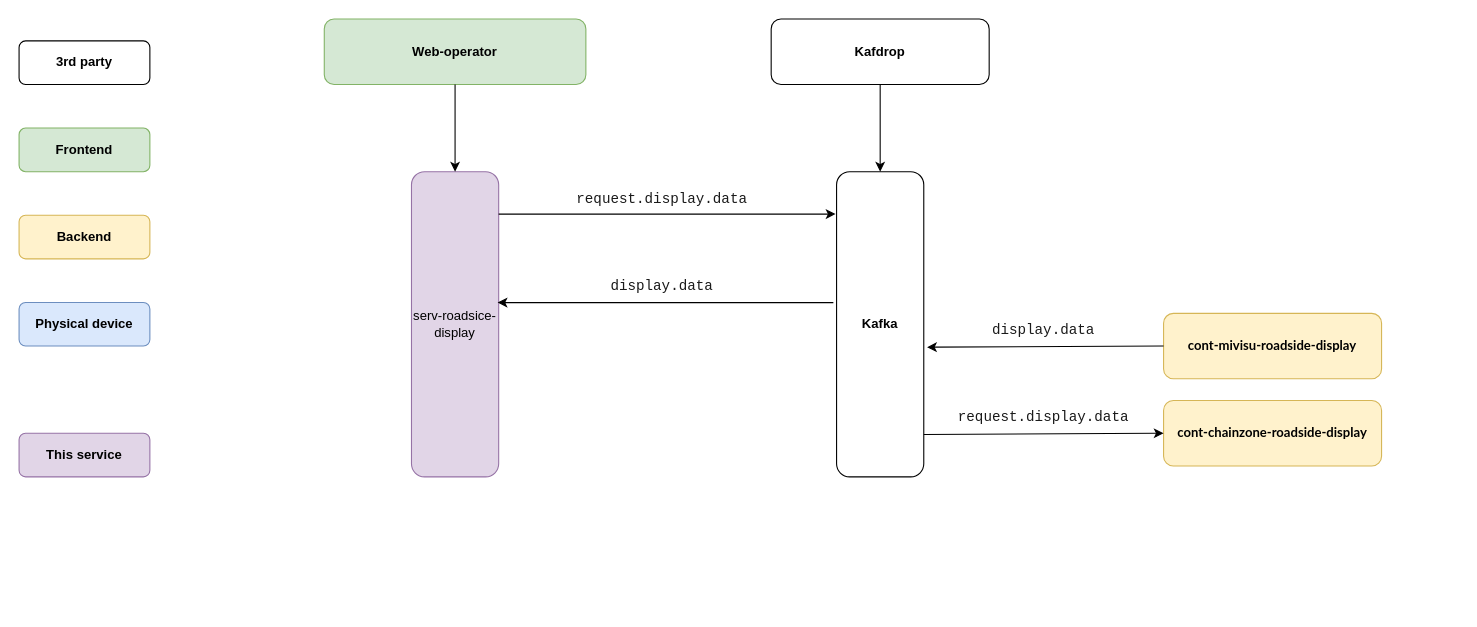
Earlier version of the draw.io diagram Untitled Diagram.drawio (theshysadec98/diagram_weather). Source tidied: cells renumbered, new cells numbered last; positions are measured from the earlier drawing's top-left corner, leaving out a move shared by most shapes. Both pictures are drawn from the tidied source at 109%, with x=0, y=0 at pixel (19, 19).
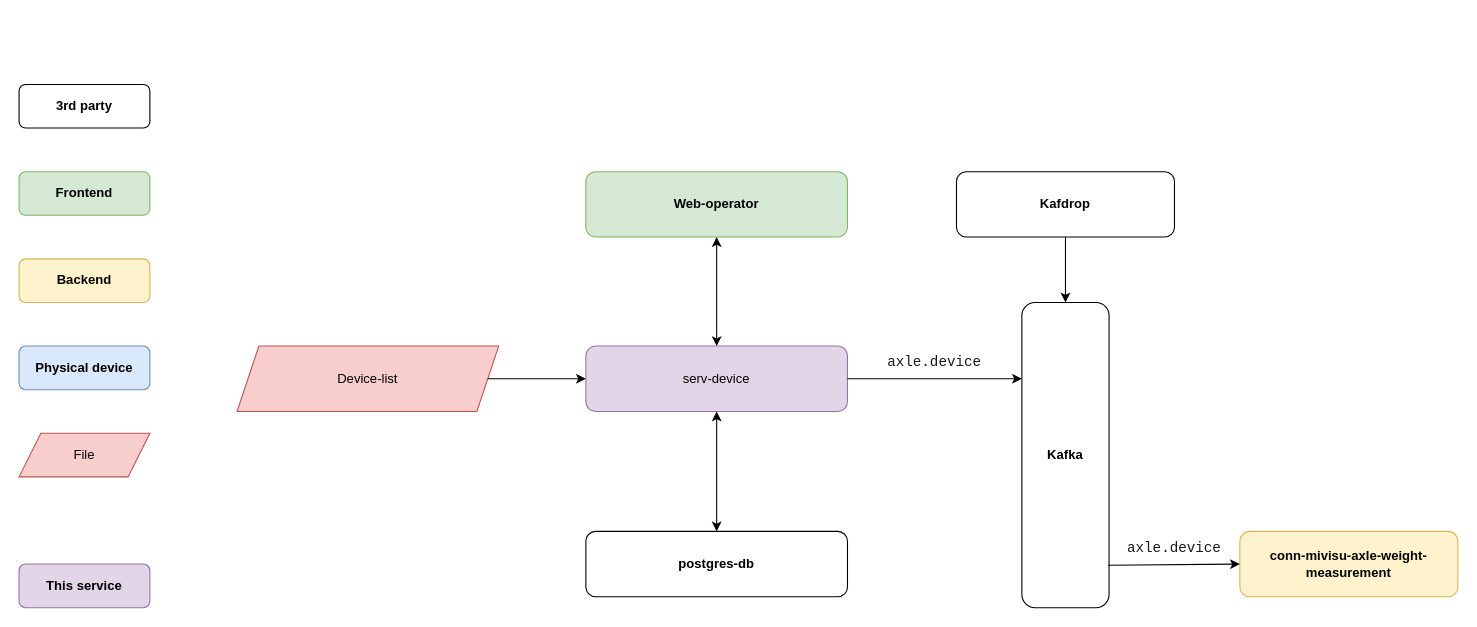
After the change.

Diff of the diagram source:
```diff
@@
     <mxCell id="2" value="&lt;b&gt;Frontend&lt;/b&gt;" style="rounded=1;whiteSpace=wrap;html=1;fillColor=#d5e8d4;strokeColor=#82b366;" parent="1" vertex="1">
-      <mxGeometry y="100" width="120" height="40" as="geometry" />
+      <mxGeometry y="140" width="120" height="40" as="geometry" />
     </mxCell>
     <mxCell id="3" value="&lt;b&gt;Backend&lt;/b&gt;" style="rounded=1;whiteSpace=wrap;html=1;fillColor=#fff2cc;strokeColor=#d6b656;" parent="1" vertex="1">
-      <mxGeometry y="180" width="120" height="40" as="geometry" />
+      <mxGeometry y="220" width="120" height="40" as="geometry" />
     </mxCell>
     <mxCell id="4" value="&lt;b&gt;Physical device&lt;/b&gt;" style="rounded=1;whiteSpace=wrap;html=1;fillColor=#dae8fc;strokeColor=#6c8ebf;" parent="1" vertex="1">
-      <mxGeometry y="260" width="120" height="40" as="geometry" />
+      <mxGeometry y="300" width="120" height="40" as="geometry" />
     </mxCell>
     <mxCell id="5" value="&lt;b&gt;This service&lt;/b&gt;" style="rounded=1;whiteSpace=wrap;html=1;fillColor=#e1d5e7;strokeColor=#9673a6;" parent="1" vertex="1">
-      <mxGeometry y="380" width="120" height="40" as="geometry" />
+      <mxGeometry y="500" width="120" height="40" as="geometry" />
     </mxCell>
     <mxCell id="6" value="&lt;b&gt;Kafdrop&lt;/b&gt;" style="rounded=1;whiteSpace=wrap;html=1;" parent="1" vertex="1">
-      <mxGeometry x="690" width="200" height="60" as="geometry" />
+      <mxGeometry x="860" y="140" width="200" height="60" as="geometry" />
     </mxCell>
     <mxCell id="7" value="&lt;b&gt;Kafka&lt;/b&gt;" style="rounded=1;whiteSpace=wrap;html=1;" parent="1" vertex="1">
-      <mxGeometry x="750" y="140" width="80" height="280" as="geometry" />
+      <mxGeometry x="920" y="260" width="80" height="280" as="geometry" />
     </mxCell>
@@
-    <mxCell id="9" value="&lt;span style=&quot;font-family: &amp;#34;lato&amp;#34; , &amp;#34;arial&amp;#34;&quot;&gt;&lt;b&gt;&lt;font style=&quot;font-size: 12px&quot;&gt;cont-chainzone-roadside-display&lt;/font&gt;&lt;/b&gt;&lt;/span&gt;" style="rounded=1;whiteSpace=wrap;html=1;fillColor=#fff2cc;strokeColor=#d6b656;" parent="1" vertex="1">
-      <mxGeometry x="1050" y="350" width="200" height="60" as="geometry" />
-    </mxCell>
-    <mxCell id="10" value="&lt;pre&gt;&lt;font face=&quot;jetbrains mono, monospace&quot; color=&quot;#1a1a1a&quot;&gt;&lt;span style=&quot;font-size: 13.0667px ; background-color: rgb(255 , 255 , 255)&quot;&gt;display.data&lt;/span&gt;&lt;/font&gt;&lt;/pre&gt;" style="text;html=1;strokeColor=none;fillColor=none;align=center;verticalAlign=middle;whiteSpace=wrap;rounded=0;" parent="1" vertex="1">
-      <mxGeometry x="500" y="230" width="180" height="30" as="geometry" />
-    </mxCell>
+    <mxCell id="23" value="&lt;b&gt;conn-mivisu-axle-weight-measurement&lt;/b&gt;" style="rounded=1;whiteSpace=wrap;html=1;fillColor=#fff2cc;strokeColor=#d6b656;" parent="1" vertex="1">
+      <mxGeometry x="1120" y="470" width="200" height="60" as="geometry" />
+    </mxCell>
+    <mxCell id="24" value="&lt;pre&gt;&lt;font face=&quot;jetbrains mono, monospace&quot; color=&quot;#1a1a1a&quot;&gt;&lt;span style=&quot;font-size: 13.0667px ; background-color: rgb(255 , 255 , 255)&quot;&gt;axle.device&lt;/span&gt;&lt;/font&gt;&lt;font color=&quot;#bbbbbb&quot; face=&quot;jetbrains mono, monospace&quot; style=&quot;background-color: rgb(40 , 44 , 52)&quot;&gt;&lt;span style=&quot;font-size: 9.8pt&quot;&gt;&lt;br&gt;&lt;/span&gt;&lt;/font&gt;&lt;/pre&gt;" style="text;html=1;strokeColor=none;fillColor=none;align=center;verticalAlign=middle;whiteSpace=wrap;rounded=0;" parent="1" vertex="1">
+      <mxGeometry x="970" y="470" width="180" height="30" as="geometry" />
+    </mxCell>
     <mxCell id="11" value="&lt;b&gt;3rd party&lt;/b&gt;" style="rounded=1;whiteSpace=wrap;html=1;" parent="1" vertex="1">
-      <mxGeometry y="20" width="120" height="40" as="geometry" />
+      <mxGeometry y="60" width="120" height="40" as="geometry" />
     </mxCell>
-    <mxCell id="12" value="serv-roadsice-display" style="rounded=1;whiteSpace=wrap;html=1;fillColor=#e1d5e7;strokeColor=#9673a6;" parent="1" vertex="1">
-      <mxGeometry x="360" y="140" width="80" height="280" as="geometry" />
-    </mxCell>
-    <mxCell id="13" value="&lt;pre&gt;&lt;font face=&quot;jetbrains mono, monospace&quot; color=&quot;#1a1a1a&quot;&gt;&lt;span style=&quot;font-size: 13.0667px ; background-color: rgb(255 , 255 , 255)&quot;&gt;request.display.data&lt;/span&gt;&lt;/font&gt;&lt;font color=&quot;#bbbbbb&quot; face=&quot;jetbrains mono, monospace&quot; style=&quot;background-color: rgb(40 , 44 , 52)&quot;&gt;&lt;span style=&quot;font-size: 9.8pt&quot;&gt;&lt;br&gt;&lt;/span&gt;&lt;/font&gt;&lt;/pre&gt;" style="text;html=1;strokeColor=none;fillColor=none;align=center;verticalAlign=middle;whiteSpace=wrap;rounded=0;" parent="1" vertex="1">
-      <mxGeometry x="500" y="150" width="180" height="30" as="geometry" />
-    </mxCell>
+    <mxCell id="25" style="endArrow=classic;html=1;rounded=0;entryX=0;entryY=0.5;entryDx=0;entryDy=0;exitX=0.988;exitY=0.861;exitDx=0;exitDy=0;exitPerimeter=0;" parent="1" edge="1" source="7" target="23">
+      <mxGeometry relative="1" as="geometry" />
+    </mxCell>
+    <mxCell id="26" value="File" style="shape=parallelogram;perimeter=parallelogramPerimeter;whiteSpace=wrap;html=1;fixedSize=1;fillColor=#f8cecc;strokeColor=#b85450;" parent="1" vertex="1">
+      <mxGeometry y="380" width="120" height="40" as="geometry" />
+    </mxCell>
+    <mxCell id="27" value="serv-device" style="rounded=1;whiteSpace=wrap;html=1;fillColor=#e1d5e7;strokeColor=#9673a6;" parent="1" vertex="1">
+      <mxGeometry x="520" y="300" width="240" height="60" as="geometry" />
+    </mxCell>
+    <mxCell id="28" value="&lt;b&gt;postgres-db&lt;/b&gt;" style="rounded=1;whiteSpace=wrap;html=1;" parent="1" vertex="1">
+      <mxGeometry x="520" y="470" width="240" height="60" as="geometry" />
+    </mxCell>
+    <mxCell id="29" value="&lt;pre&gt;&lt;font face=&quot;jetbrains mono, monospace&quot; color=&quot;#1a1a1a&quot;&gt;&lt;span style=&quot;font-size: 13.0667px ; background-color: rgb(255 , 255 , 255)&quot;&gt;axle.device&lt;/span&gt;&lt;/font&gt;&lt;font color=&quot;#bbbbbb&quot; face=&quot;jetbrains mono, monospace&quot; style=&quot;background-color: rgb(40 , 44 , 52)&quot;&gt;&lt;span style=&quot;font-size: 9.8pt&quot;&gt;&lt;br&gt;&lt;/span&gt;&lt;/font&gt;&lt;/pre&gt;" style="text;html=1;strokeColor=none;fillColor=none;align=center;verticalAlign=middle;whiteSpace=wrap;rounded=0;" parent="1" vertex="1">
+      <mxGeometry x="750" y="300" width="180" height="30" as="geometry" />
+    </mxCell>
     <mxCell id="14" value="&lt;b&gt;Web-operator&lt;/b&gt;" style="rounded=1;whiteSpace=wrap;html=1;fillColor=#d5e8d4;strokeColor=#82b366;" parent="1" vertex="1">
-      <mxGeometry x="280" width="240" height="60" as="geometry" />
+      <mxGeometry x="520" y="140" width="240" height="60" as="geometry" />
     </mxCell>
-    <mxCell id="15" style="endArrow=classic;html=1;rounded=0;fontSize=12;exitX=1;exitY=0.139;exitDx=0;exitDy=0;exitPerimeter=0;entryX=-0.012;entryY=0.139;entryDx=0;entryDy=0;entryPerimeter=0;" parent="1" edge="1" source="12" target="7">
-      <mxGeometry relative="1" as="geometry" />
-    </mxCell>
-    <mxCell id="16" style="endArrow=classic;html=1;rounded=0;fontSize=12;exitX=1;exitY=0.861;exitDx=0;exitDy=0;exitPerimeter=0;entryX=0;entryY=0.5;entryDx=0;entryDy=0;" parent="1" edge="1" source="7" target="9">
-      <mxGeometry relative="1" as="geometry" />
-    </mxCell>
-    <mxCell id="17" value="&lt;pre&gt;&lt;font face=&quot;jetbrains mono, monospace&quot; color=&quot;#1a1a1a&quot;&gt;&lt;span style=&quot;font-size: 13.0667px ; background-color: rgb(255 , 255 , 255)&quot;&gt;request.display.data&lt;/span&gt;&lt;/font&gt;&lt;font color=&quot;#bbbbbb&quot; face=&quot;jetbrains mono, monospace&quot; style=&quot;background-color: rgb(40 , 44 , 52)&quot;&gt;&lt;span style=&quot;font-size: 9.8pt&quot;&gt;&lt;br&gt;&lt;/span&gt;&lt;/font&gt;&lt;/pre&gt;" style="text;html=1;strokeColor=none;fillColor=none;align=center;verticalAlign=middle;whiteSpace=wrap;rounded=0;" parent="1" vertex="1">
-      <mxGeometry x="850" y="350" width="180" height="30" as="geometry" />
-    </mxCell>
-    <mxCell id="18" value="&lt;span style=&quot;font-family: &amp;#34;lato&amp;#34; , &amp;#34;arial&amp;#34;&quot;&gt;&lt;b&gt;&lt;font style=&quot;font-size: 12px&quot;&gt;cont-mivisu-roadside-display&lt;/font&gt;&lt;/b&gt;&lt;/span&gt;" style="rounded=1;whiteSpace=wrap;html=1;fillColor=#fff2cc;strokeColor=#d6b656;" parent="1" vertex="1">
-      <mxGeometry x="1050" y="270" width="200" height="60" as="geometry" />
-    </mxCell>
-    <mxCell id="19" style="endArrow=classic;html=1;rounded=0;fontSize=12;entryX=1.038;entryY=0.575;entryDx=0;entryDy=0;entryPerimeter=0;exitX=0;exitY=0.5;exitDx=0;exitDy=0;" parent="1" edge="1" source="18" target="7">
-      <mxGeometry relative="1" as="geometry" />
-    </mxCell>
-    <mxCell id="20" style="endArrow=classic;html=1;rounded=0;fontSize=12;entryX=0.988;entryY=0.429;entryDx=0;entryDy=0;entryPerimeter=0;exitX=-0.037;exitY=0.429;exitDx=0;exitDy=0;exitPerimeter=0;" parent="1" edge="1" source="7" target="12">
-      <mxGeometry relative="1" as="geometry" />
-    </mxCell>
-    <mxCell id="21" value="&lt;pre&gt;&lt;font face=&quot;jetbrains mono, monospace&quot; color=&quot;#1a1a1a&quot;&gt;&lt;span style=&quot;font-size: 13.0667px ; background-color: rgb(255 , 255 , 255)&quot;&gt;display.data&lt;/span&gt;&lt;/font&gt;&lt;/pre&gt;" style="text;html=1;strokeColor=none;fillColor=none;align=center;verticalAlign=middle;whiteSpace=wrap;rounded=0;" parent="1" vertex="1">
-      <mxGeometry x="850" y="270" width="180" height="30" as="geometry" />
-    </mxCell>
-    <mxCell id="22" style="endArrow=classic;html=1;rounded=0;fontSize=12;exitX=0.5;exitY=1;exitDx=0;exitDy=0;entryX=0.5;entryY=0;entryDx=0;entryDy=0;" parent="1" edge="1" source="14" target="12">
-      <mxGeometry relative="1" as="geometry" />
-    </mxCell>
+    <mxCell id="30" style="endArrow=classic;startArrow=classic;html=1;rounded=0;entryX=0.5;entryY=1;entryDx=0;entryDy=0;exitX=0.5;exitY=0;exitDx=0;exitDy=0;" parent="1" edge="1" source="27" target="14">
+      <mxGeometry relative="1" as="geometry" />
+    </mxCell>
+    <mxCell id="31" style="endArrow=classic;startArrow=classic;html=1;rounded=0;exitX=0.5;exitY=0;exitDx=0;exitDy=0;entryX=0.5;entryY=1;entryDx=0;entryDy=0;" parent="1" edge="1" source="28" target="27">
+      <mxGeometry relative="1" as="geometry" />
+    </mxCell>
+    <mxCell id="32" style="endArrow=classic;html=1;rounded=0;exitX=1;exitY=0.5;exitDx=0;exitDy=0;entryX=0;entryY=0.25;entryDx=0;entryDy=0;" parent="1" edge="1" source="27" target="7">
+      <mxGeometry relative="1" as="geometry" />
+    </mxCell>
+    <mxCell id="33" value="Device-list" style="shape=parallelogram;perimeter=parallelogramPerimeter;whiteSpace=wrap;html=1;fixedSize=1;fillColor=#f8cecc;strokeColor=#b85450;" parent="1" vertex="1">
+      <mxGeometry x="200" y="300" width="240" height="60" as="geometry" />
+    </mxCell>
+    <mxCell id="34" style="endArrow=classic;html=1;rounded=0;entryX=0;entryY=0.5;entryDx=0;entryDy=0;exitX=1;exitY=0.5;exitDx=0;exitDy=0;" parent="1" edge="1" source="33" target="27">
+      <mxGeometry relative="1" as="geometry" />
+    </mxCell>
```
